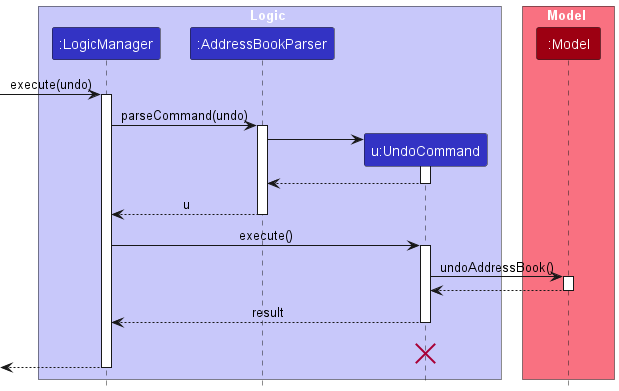
CJBuzz/tp keeps this PlantUML diagram as images/UndoSequenceDiagram-Logic.png. Above is the earlier version.
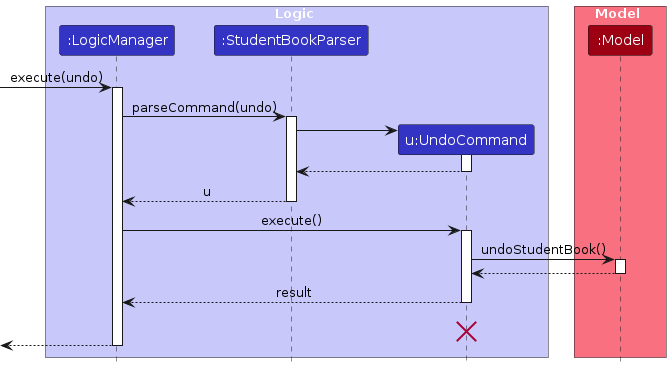
After the commit.

What changed in the source:
```diff
@@ -4,7 +4,7 @@
 
 box Logic LOGIC_COLOR_T1
 participant ":LogicManager" as LogicManager LOGIC_COLOR
-participant ":AddressBookParser" as AddressBookParser LOGIC_COLOR
+participant ":StudentBookParser" as StudentBookParser LOGIC_COLOR
 participant "u:UndoCommand" as UndoCommand LOGIC_COLOR
 end box
 
@@ -14,23 +14,23 @@
 [-> LogicManager : execute(undo)
 activate LogicManager
 
-LogicManager -> AddressBookParser : parseCommand(undo)
-activate AddressBookParser
+LogicManager -> StudentBookParser : parseCommand(undo)
+activate StudentBookParser
 
 create UndoCommand
-AddressBookParser -> UndoCommand
+StudentBookParser -> UndoCommand
 activate UndoCommand
 
-UndoCommand --> AddressBookParser
+UndoCommand --> StudentBookParser
 deactivate UndoCommand
 
-AddressBookParser --> LogicManager : u
-deactivate AddressBookParser
+StudentBookParser --> LogicManager : u
+deactivate StudentBookParser
 
 LogicManager -> UndoCommand : execute()
 activate UndoCommand
 
-UndoCommand -> Model : undoAddressBook()
+UndoCommand -> Model : undoStudentBook()
 activate Model
 
 Model --> UndoCommand
```
